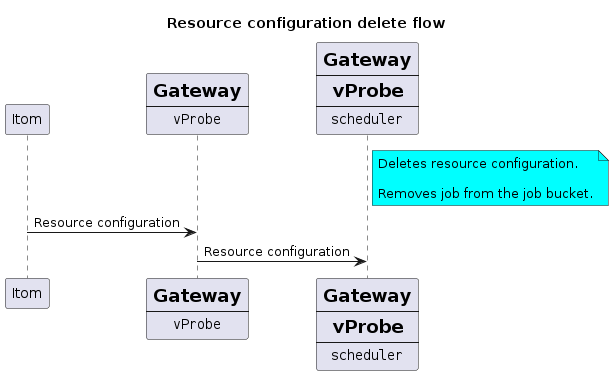
gupteswarameesala/sdk2.0 keeps this PlantUML diagram as images/resource_configuration_unassign.png. Above is the earlier version. Its diagram source:
```plantuml
@startuml resource_configuration_unassign

title Resource configuration delete flow

participant Itom
participant Gateway [
    =Gateway
    ----
    ""vProbe""
]
participant Scheduler [
    =Gateway
    ----
    =vProbe
    ----
    ""scheduler""
]

note right of Scheduler #aqua
Deletes resource configuration.

Removes job from the job bucket.
end note

Itom -> Gateway: Resource configuration
Gateway  -> Scheduler: Resource configuration

@enduml
```
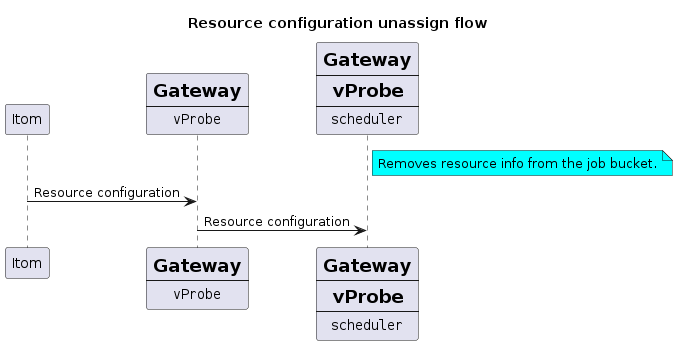
The same diagram one commit later.

The edit, as a diff of the source:
```diff
@@ -1,6 +1,6 @@
 @startuml resource_configuration_unassign
 
-title Resource configuration delete flow
+title Resource configuration unassign flow
 
 participant Itom
 participant Gateway [
@@ -17,9 +17,7 @@
 ]
 
 note right of Scheduler #aqua
-Deletes resource configuration.
-
-Removes job from the job bucket.
+Removes resource info from the job bucket.
 end note
 
 Itom -> Gateway: Resource configuration
```
